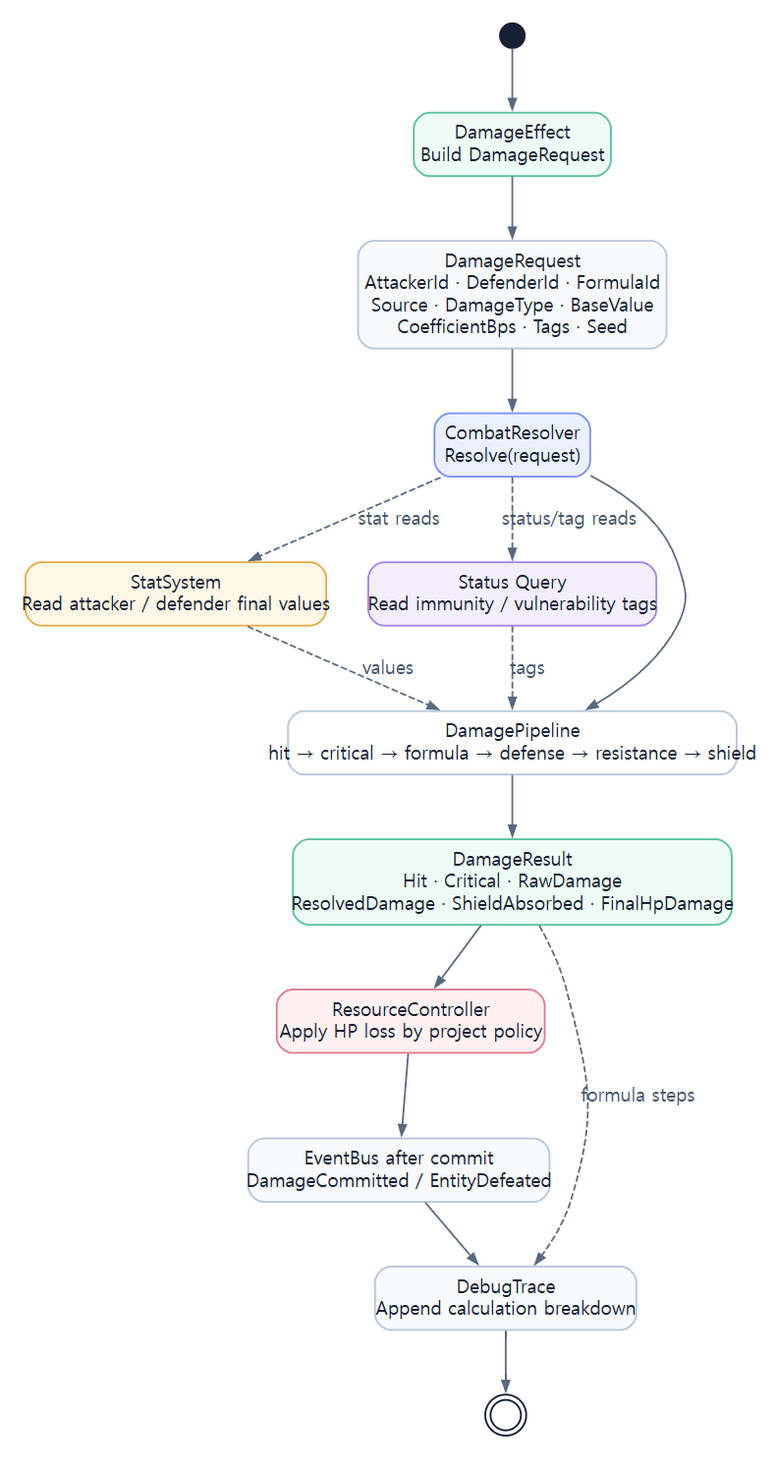
Earlier version of the Graphviz export assets/diagrams/24_damage_execution_sequence_diagram.png (JY-LemongO/game-system-framework-knowledge-site). Its source is kept beside it as source/diagrams/24_damage_execution_sequence_diagram.dot. The source it was exported from:
```dot
digraph G {
  graph [fontname="Noto Sans CJK KR", bgcolor="#ffffff", margin=0.12, pad=0.25, ranksep=0.65, nodesep=0.45];
  node [fontname="Noto Sans CJK KR", shape=box, style="rounded,filled", color="#bac7db", penwidth=1.4, fillcolor="#ffffff", fontcolor="#182033", margin="0.16,0.10"];
  edge [fontname="Noto Sans CJK KR", color="#59687e", fontcolor="#46566e", arrowsize=0.8, penwidth=1.3];
  rankdir=TB;

  start [shape=circle, width=.26, label="", fillcolor="#182033", color="#182033"];
  dmg [label="DamageEffect\nBuild DamageRequest", fillcolor="#eefbf6", color="#5ac39b"];
  req [label="DamageRequest\nAttackerId · DefenderId · FormulaId\nSource · DamageType · BaseValue\nCoefficientBps · Tags · Seed", fillcolor="#f8fafc"];
  resolver [label="CombatResolver\nResolve(request)", fillcolor="#eaf0ff", color="#8292f7"];
  stat [label="StatSystem\nRead attacker / defender final values", fillcolor="#fff8e7", color="#e4ad4f"];
  status [label="Status Query\nRead immunity / vulnerability tags", fillcolor="#f4efff", color="#a884e8"];
  pipe [label="DamagePipeline\nhit → critical → formula → defense → resistance → shield", fillcolor="#ffffff"];
  result [label="DamageResult\nHit · Critical · RawDamage\nResolvedDamage · ShieldAbsorbed · FinalHpDamage", fillcolor="#eefbf6", color="#5ac39b"];
  resource [label="ResourceController\nApply HP loss by project policy", fillcolor="#fff1f2", color="#e07b91"];
  event [label="EventBus after commit\nDamageCommitted / EntityDefeated", fillcolor="#f8fafc"];
  trace [label="DebugTrace\nAppend calculation breakdown", fillcolor="#f8fafc"];
  end [shape=doublecircle, width=.32, label="", fillcolor="#ffffff", color="#182033"];

  start -> dmg -> req -> resolver -> pipe -> result -> resource -> event -> trace -> end;
  resolver -> stat [style=dashed, label="stat reads"];
  resolver -> status [style=dashed, label="status/tag reads"];
  stat -> pipe [style=dashed, label="values"];
  status -> pipe [style=dashed, label="tags"];
  result -> trace [style=dashed, label="formula steps"];
}
```
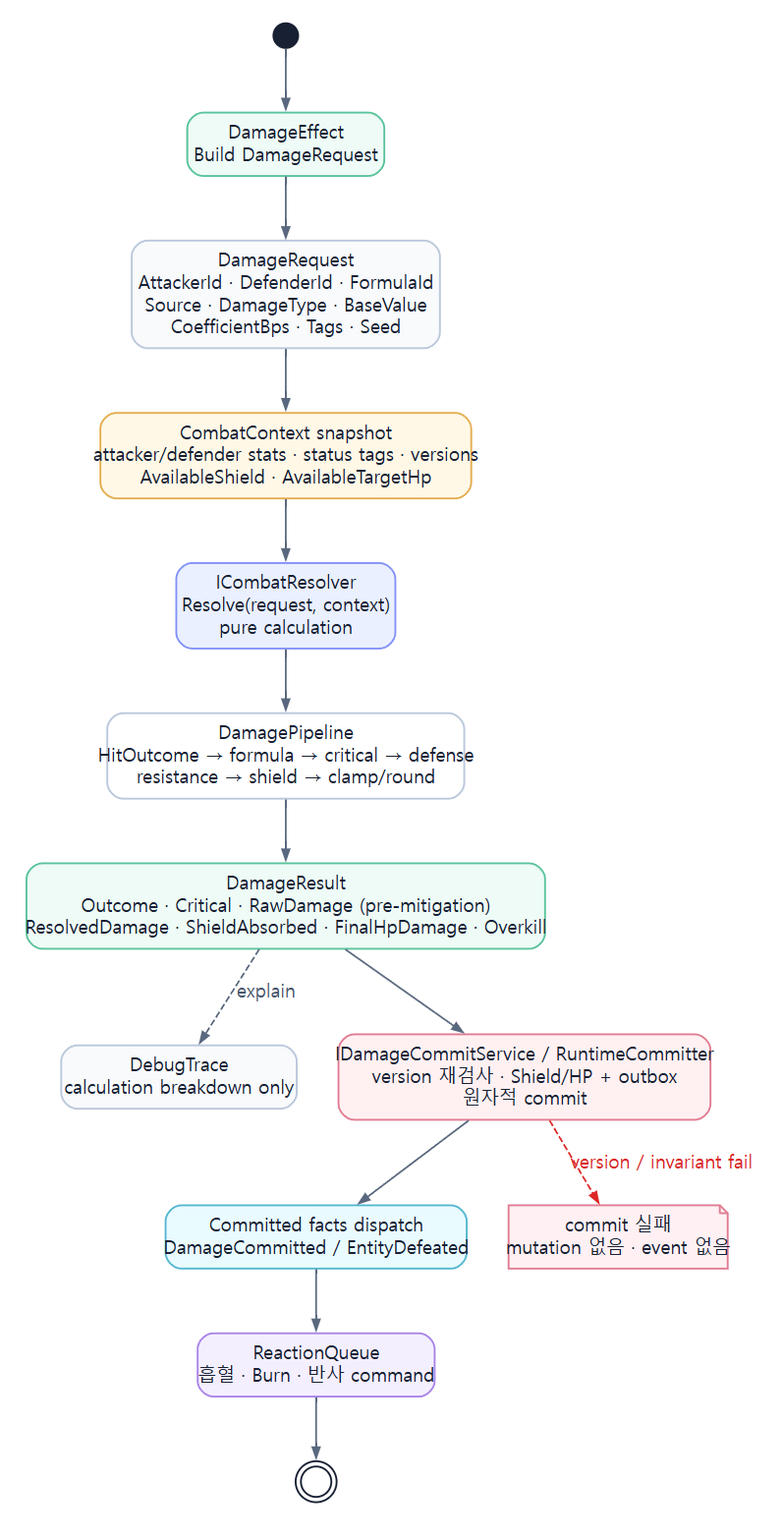
The same diagram one commit later.

The edit, as a diff of the source:
```diff
@@ -7,20 +7,18 @@
   start [shape=circle, width=.26, label="", fillcolor="#182033", color="#182033"];
   dmg [label="DamageEffect\nBuild DamageRequest", fillcolor="#eefbf6", color="#5ac39b"];
   req [label="DamageRequest\nAttackerId · DefenderId · FormulaId\nSource · DamageType · BaseValue\nCoefficientBps · Tags · Seed", fillcolor="#f8fafc"];
-  resolver [label="CombatResolver\nResolve(request)", fillcolor="#eaf0ff", color="#8292f7"];
-  stat [label="StatSystem\nRead attacker / defender final values", fillcolor="#fff8e7", color="#e4ad4f"];
-  status [label="Status Query\nRead immunity / vulnerability tags", fillcolor="#f4efff", color="#a884e8"];
-  pipe [label="DamagePipeline\nhit → critical → formula → defense → resistance → shield", fillcolor="#ffffff"];
-  result [label="DamageResult\nHit · Critical · RawDamage\nResolvedDamage · ShieldAbsorbed · FinalHpDamage", fillcolor="#eefbf6", color="#5ac39b"];
-  resource [label="ResourceController\nApply HP loss by project policy", fillcolor="#fff1f2", color="#e07b91"];
-  event [label="EventBus after commit\nDamageCommitted / EntityDefeated", fillcolor="#f8fafc"];
-  trace [label="DebugTrace\nAppend calculation breakdown", fillcolor="#f8fafc"];
+  snapshot [label="CombatContext snapshot\nattacker/defender stats · status tags · versions\nAvailableShield · AvailableTargetHp", fillcolor="#fff8e7", color="#e4ad4f"];
+  resolver [label="ICombatResolver\nResolve(request, context)\npure calculation", fillcolor="#eaf0ff", color="#8292f7"];
+  pipe [label="DamagePipeline\nHitOutcome → formula → critical → defense\nresistance → shield → clamp/round", fillcolor="#ffffff"];
+  result [label="DamageResult\nOutcome · Critical · RawDamage (pre-mitigation)\nResolvedDamage · ShieldAbsorbed · FinalHpDamage · Overkill", fillcolor="#eefbf6", color="#5ac39b"];
+  trace [label="DebugTrace\ncalculation breakdown only", fillcolor="#f8fafc"];
+  commit [label="IDamageCommitService / RuntimeCommitter\nversion 재검사 · Shield/HP + outbox\n원자적 commit", fillcolor="#fff1f2", color="#e07b91"];
+  event [label="Committed facts dispatch\nDamageCommitted / EntityDefeated", fillcolor="#e9fbff", color="#54b7cf"];
+  reaction [label="ReactionQueue\n흡혈 · Burn · 반사 command", fillcolor="#f4efff", color="#a884e8"];
+  reject [shape=note, label="commit 실패\nmutation 없음 · event 없음", fillcolor="#fff0f3", color="#e07b91"];
   end [shape=doublecircle, width=.32, label="", fillcolor="#ffffff", color="#182033"];
 
-  start -> dmg -> req -> resolver -> pipe -> result -> resource -> event -> trace -> end;
-  resolver -> stat [style=dashed, label="stat reads"];
-  resolver -> status [style=dashed, label="status/tag reads"];
-  stat -> pipe [style=dashed, label="values"];
-  status -> pipe [style=dashed, label="tags"];
-  result -> trace [style=dashed, label="formula steps"];
+  start -> dmg -> req -> snapshot -> resolver -> pipe -> result -> commit -> event -> reaction -> end;
+  result -> trace [style=dashed, label="explain"];
+  commit -> reject [style=dashed, label="version / invariant fail", color="#dc2626", fontcolor="#dc2626"];
 }
```
